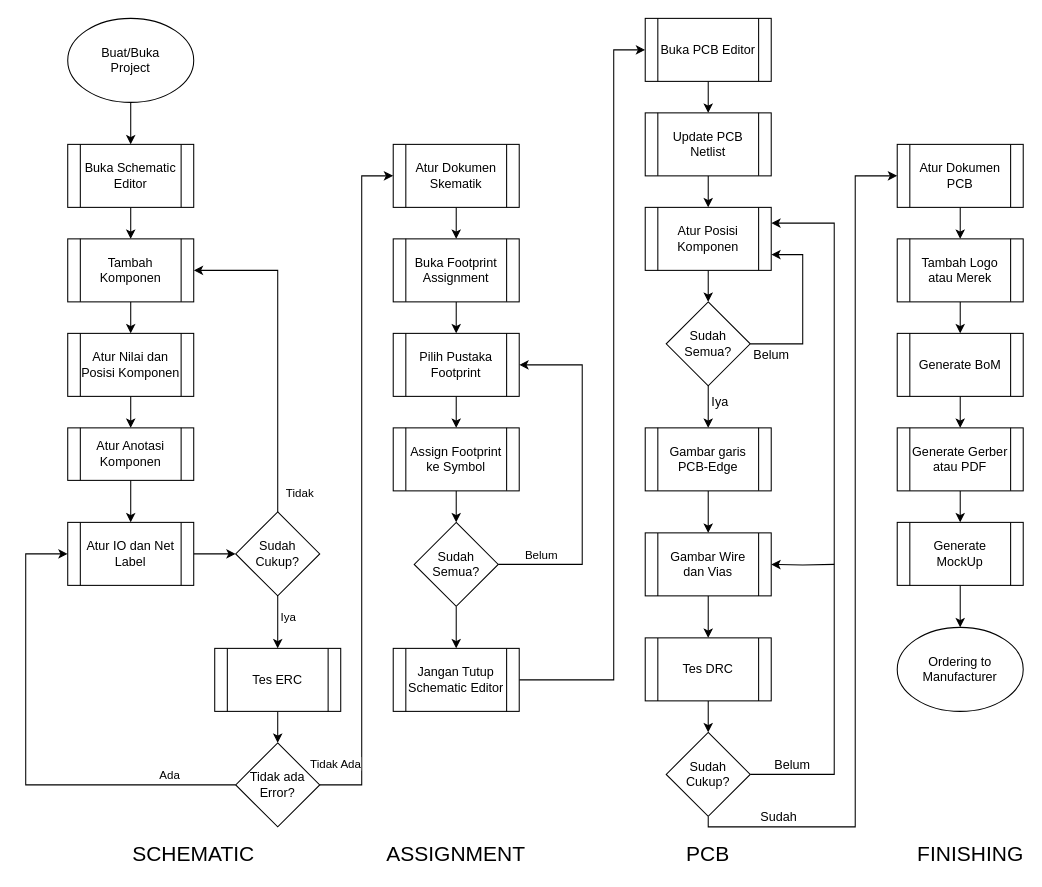
Earlier version of the draw.io diagram Modul/KiCAD/images/main/KiCAD.drawio (mekatronik-achmadi/my_latexbook). Source tidied: cells renumbered, new cells numbered last; positions are measured from the earlier drawing's top-left corner, leaving out a move shared by most shapes. Both pictures are drawn from the tidied source at 105%, with x=0, y=0 at pixel (25, 18).
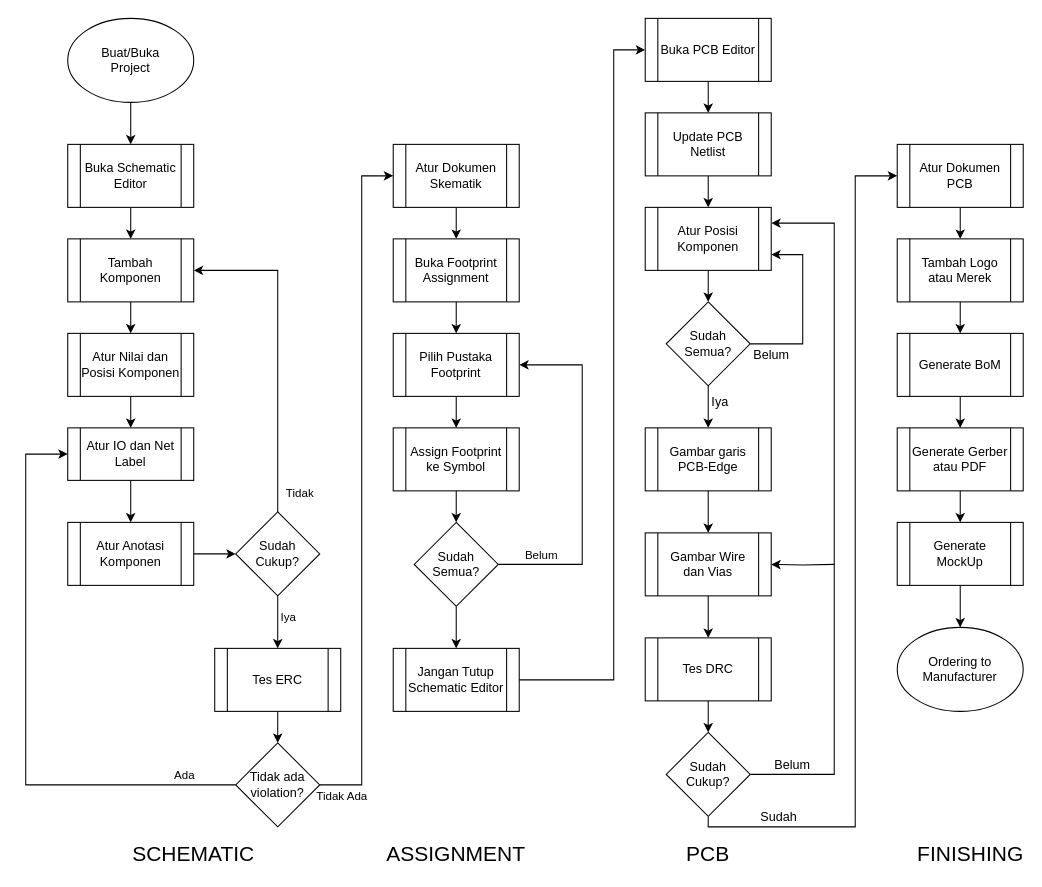
The same page after the edit.

Unchanged cells that the change refers to:
```xml
<mxCell id="28" style="edgeStyle=orthogonalEdgeStyle;rounded=0;jettySize=auto;html=1;entryX=0;entryY=0.5;entryDx=0;entryDy=0;" parent="1" edge="1" source="30" target="19">
  <mxGeometry relative="1" as="geometry">
    <Array as="points">
      <mxPoint x="320" y="730" />
      <mxPoint x="320" y="150" />
    </Array>
  </mxGeometry>
</mxCell>
```

Change to the diagram source:
```diff
@@
-    <mxCell id="11" value="Atur Anotasi Komponen" style="shape=process;whiteSpace=wrap;html=1;backgroundOutline=1;" parent="1" vertex="1">
+    <mxCell id="11" value="Atur IO dan Net Label" style="shape=process;whiteSpace=wrap;html=1;backgroundOutline=1;" parent="1" vertex="1">
       <mxGeometry x="40" y="390" width="120" height="50" as="geometry" />
     </mxCell>
@@
-    <mxCell id="13" value="Atur IO dan Net Label" style="shape=process;whiteSpace=wrap;html=1;backgroundOutline=1;" parent="1" vertex="1">
+    <mxCell id="13" value="Atur Anotasi Komponen" style="shape=process;whiteSpace=wrap;html=1;backgroundOutline=1;" parent="1" vertex="1">
       <mxGeometry x="40" y="480" width="120" height="60" as="geometry" />
     </mxCell>
@@
-    <mxCell id="26" style="edgeStyle=orthogonalEdgeStyle;rounded=0;jettySize=auto;html=1;entryX=0;entryY=0.5;entryDx=0;entryDy=0;" parent="1" edge="1" source="30" target="13">
-      <mxGeometry relative="1" as="geometry">
-        <Array as="points">
-          <mxPoint y="730" />
-          <mxPoint y="510" />
-        </Array>
-      </mxGeometry>
-    </mxCell>
-    <mxCell id="27" value="Ada" style="edgeLabel;html=1;align=center;verticalAlign=middle;" parent="26" vertex="1">
-      <mxGeometry x="-0.72" y="-3" relative="1" as="geometry">
-        <mxPoint y="-7" as="offset" />
-      </mxGeometry>
-    </mxCell>
@@
     <mxCell id="29" value="Tidak Ada" style="edgeLabel;html=1;align=center;verticalAlign=middle;" parent="28" vertex="1">
       <mxGeometry x="-0.84" y="1" relative="1" as="geometry">
-        <mxPoint x="-25" y="-9" as="offset" />
+        <mxPoint x="-19" y="22" as="offset" />
       </mxGeometry>
     </mxCell>
+    <mxCell id="77" style="edgeStyle=orthogonalEdgeStyle;rounded=0;jettySize=auto;html=1;entryX=0;entryY=0.5;entryDx=0;entryDy=0;" parent="1" edge="1" source="30" target="11">
+      <mxGeometry relative="1" as="geometry">
+        <Array as="points">
+          <mxPoint y="730" />
+          <mxPoint y="415" />
+        </Array>
+      </mxGeometry>
+    </mxCell>
+    <mxCell id="27" value="Ada" style="edgeLabel;html=1;align=center;verticalAlign=middle;" parent="77" vertex="1">
+      <mxGeometry x="-0.75" y="3" relative="1" as="geometry">
+        <mxPoint x="19" y="-13" as="offset" />
+      </mxGeometry>
+    </mxCell>
-    <mxCell id="30" value="Tidak ada Error?" style="rhombus;whiteSpace=wrap;html=1;" parent="1" vertex="1">
+    <mxCell id="30" value="Tidak ada violation?" style="rhombus;whiteSpace=wrap;html=1;" parent="1" vertex="1">
       <mxGeometry x="200" y="690" width="80" height="80" as="geometry" />
     </mxCell>
```
